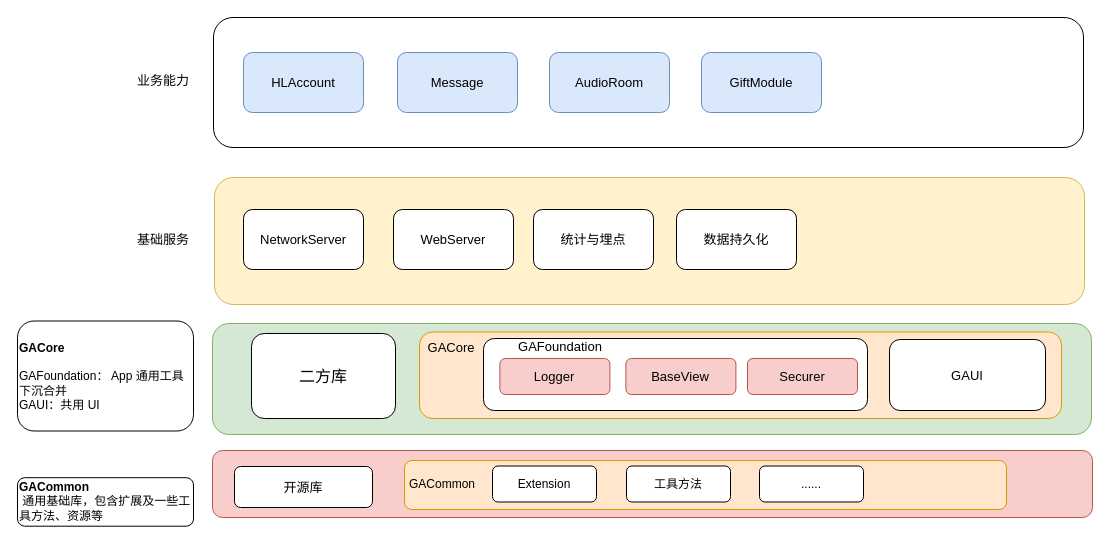
Above: diagrams/Hala.drawio in ygg29/UML (draw.io), before the change. Source tidied: cells renumbered, new cells numbered last; positions are measured from the earlier drawing's top-left corner, leaving out a move shared by most shapes. Both pictures are drawn from the tidied source at 100%, with x=0, y=0 at pixel (17, 17).
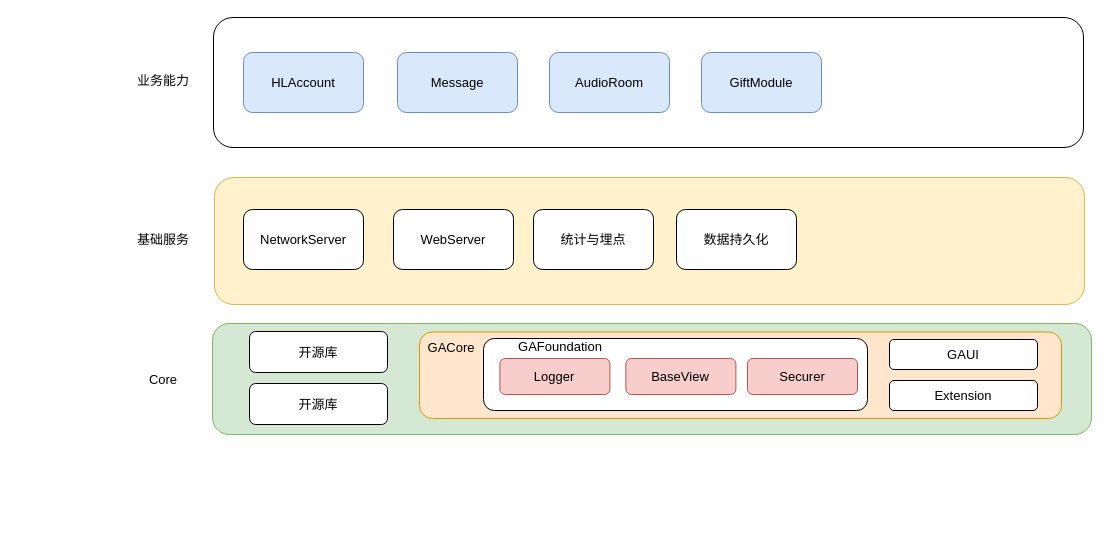
The same page after the edit.

Diff of the diagram source:
```diff
@@
-    <mxCell id="3" style="group;" parent="1" vertex="1">
-      <mxGeometry x="234" y="316" width="144" height="85" as="geometry" />
-    </mxCell>
-    <mxCell id="4" value="二方库" style="rounded=1;whiteSpace=wrap;html=1;fontSize=16;" parent="3" vertex="1">
-      <mxGeometry width="144" height="85" as="geometry" />
-    </mxCell>
@@
     <mxCell id="7" value="GAUI" style="rounded=1;whiteSpace=wrap;html=1;fontSize=13;strokeColor=default;" parent="1" vertex="1">
-      <mxGeometry x="872" y="322" width="156" height="71" as="geometry" />
+      <mxGeometry x="872" y="322" width="148" height="30" as="geometry" />
     </mxCell>
@@
-    <mxCell id="27" style="rounded=1;whiteSpace=wrap;html=1;fontSize=13;strokeColor=#b85450;fillColor=#f8cecc;" parent="1" vertex="1">
-      <mxGeometry x="195" y="433" width="880" height="67" as="geometry" />
-    </mxCell>
     <mxCell id="28" value="开源库" style="rounded=1;whiteSpace=wrap;html=1;fontSize=13;strokeColor=default;" parent="1" vertex="1">
-      <mxGeometry x="217" y="449" width="138" height="41" as="geometry" />
+      <mxGeometry x="232" y="366" width="138" height="41" as="geometry" />
     </mxCell>
-    <mxCell id="29" style="rounded=1;whiteSpace=wrap;html=1;fontSize=13;strokeColor=#d79b00;fillColor=#ffe6cc;" parent="1" vertex="1">
-      <mxGeometry x="387" y="443" width="602" height="49" as="geometry" />
-    </mxCell>
-    <mxCell id="30" value="GACommon&lt;br&gt;" style="text;html=1;strokeColor=none;fillColor=none;align=center;verticalAlign=middle;whiteSpace=wrap;rounded=0;" parent="1" vertex="1">
-      <mxGeometry x="395" y="457" width="60" height="19" as="geometry" />
-    </mxCell>
-    <mxCell id="31" value="Extension" style="rounded=1;whiteSpace=wrap;html=1;" parent="1" vertex="1">
-      <mxGeometry x="475" y="448.5" width="104" height="36" as="geometry" />
+    <mxCell id="31" value="Extension" style="rounded=1;whiteSpace=wrap;html=1;fontSize=13;strokeColor=default;" parent="1" vertex="1">
+      <mxGeometry x="872" y="363" width="148" height="30" as="geometry" />
     </mxCell>
-    <mxCell id="32" value="&lt;div&gt;&lt;span&gt;&lt;b&gt;GACommon&lt;/b&gt;&lt;/span&gt;&lt;/div&gt;&lt;div&gt;&lt;span style=&quot;background-color: rgb(255 , 255 , 255)&quot;&gt;&amp;nbsp;&lt;span style=&quot;font-family: &amp;#34;menlo&amp;#34; , &amp;#34;monaco&amp;#34; , &amp;#34;courier new&amp;#34; , monospace&quot;&gt;通用基础库，包含扩展及一些工具方法、资源等&lt;/span&gt;&lt;/span&gt;&lt;/div&gt;" style="rounded=1;whiteSpace=wrap;html=1;align=left;" parent="1" vertex="1">
-      <mxGeometry y="460.2" width="176" height="48.5" as="geometry" />
-    </mxCell>
-    <mxCell id="33" value="&lt;div&gt;&lt;span&gt;&lt;b&gt;GACore&lt;/b&gt;&lt;/span&gt;&lt;/div&gt;&lt;span style=&quot;background-color: rgb(255 , 255 , 255)&quot;&gt;&lt;div&gt;&lt;br&gt;&lt;/div&gt;&lt;div&gt;GAFoundation： App 通用工具下沉合并&lt;/div&gt;&lt;div&gt;GAUI：共用 UI&lt;/div&gt;&lt;/span&gt;" style="rounded=1;whiteSpace=wrap;html=1;align=left;" parent="1" vertex="1">
-      <mxGeometry y="303.5" width="176" height="110" as="geometry" />
-    </mxCell>
-    <mxCell id="34" value="工具方法" style="rounded=1;whiteSpace=wrap;html=1;" parent="1" vertex="1">
-      <mxGeometry x="609" y="448.5" width="104" height="36" as="geometry" />
-    </mxCell>
-    <mxCell id="35" value="......" style="rounded=1;whiteSpace=wrap;html=1;" parent="1" vertex="1">
-      <mxGeometry x="742" y="448.5" width="104" height="36" as="geometry" />
-    </mxCell>
+    <mxCell id="36" value="开源库" style="rounded=1;whiteSpace=wrap;html=1;fontSize=13;strokeColor=default;" parent="1" vertex="1">
+      <mxGeometry x="232" y="314" width="138" height="41" as="geometry" />
+    </mxCell>
+    <mxCell id="37" value="Core" style="text;html=1;strokeColor=none;fillColor=none;align=center;verticalAlign=middle;whiteSpace=wrap;rounded=0;fontSize=13;" parent="1" vertex="1">
+      <mxGeometry x="116" y="346.5" width="60" height="30" as="geometry" />
+    </mxCell>
```
